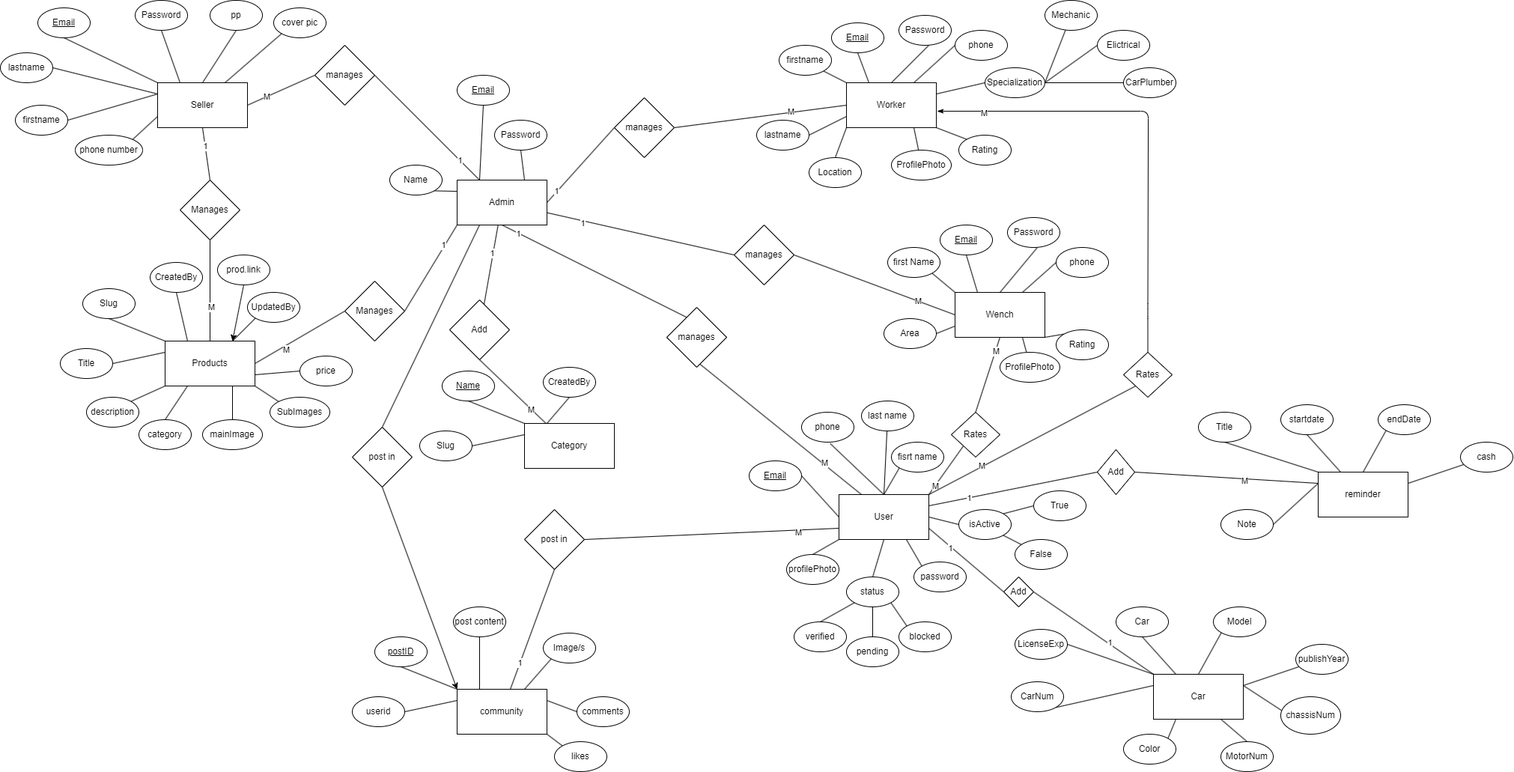
Above: ERD1.png in wello88/carMate-backend (draw.io), before the change. Source tidied: cells renumbered, new cells last; positions are measured from the earlier drawing's top-left corner, leaving out a move shared by most shapes.
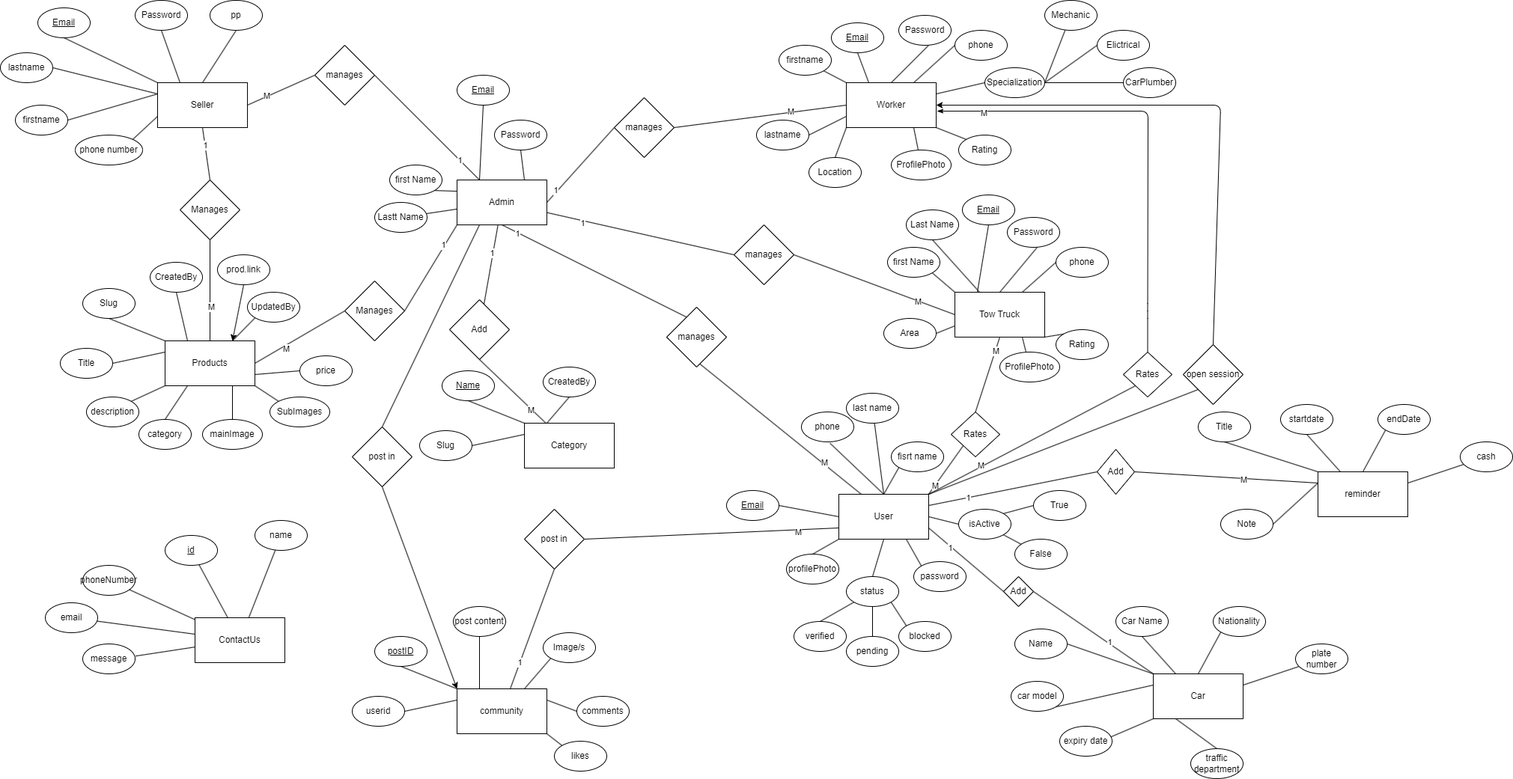
Later version of the same file.

Commit message:
edit erd, adding cronjob for reminder

What changed in the source:
```diff
@@ -56,7 +56,7 @@
     <mxCell id="19" value="&lt;u&gt;Email&lt;/u&gt;" style="ellipse;whiteSpace=wrap;html=1;" parent="1" vertex="1">
       <mxGeometry x="610" y="100" width="70" height="40" as="geometry" />
     </mxCell>
-    <mxCell id="20" value="Name" style="ellipse;whiteSpace=wrap;html=1;" parent="1" vertex="1">
+    <mxCell id="20" value="first Name" style="ellipse;whiteSpace=wrap;html=1;" parent="1" vertex="1">
       <mxGeometry x="520" y="220" width="70" height="40" as="geometry" />
     </mxCell>
     <mxCell id="21" value="Password" style="ellipse;whiteSpace=wrap;html=1;" parent="1" vertex="1">
@@ -123,7 +123,7 @@
       <mxGeometry x="1120" y="660" width="120" height="60" as="geometry" />
     </mxCell>
     <mxCell id="42" value="&lt;u&gt;Email&lt;/u&gt;" style="ellipse;whiteSpace=wrap;html=1;" parent="1" vertex="1">
-      <mxGeometry x="1000" y="615" width="70" height="40" as="geometry" />
+      <mxGeometry x="970" y="655" width="70" height="40" as="geometry" />
     </mxCell>
     <mxCell id="43" value="phone" style="ellipse;whiteSpace=wrap;html=1;" parent="1" vertex="1">
       <mxGeometry x="1070" y="550" width="70" height="40" as="geometry" />
@@ -263,14 +263,14 @@
     <mxCell id="88" style="edgeStyle=none;html=1;exitX=0;exitY=0.75;exitDx=0;exitDy=0;entryX=1;entryY=0.5;entryDx=0;entryDy=0;strokeColor=default;endArrow=none;endFill=0;" parent="1" edge="1" source="89" target="96">
       <mxGeometry relative="1" as="geometry" />
     </mxCell>
-    <mxCell id="89" value="Wench" style="rounded=0;whiteSpace=wrap;html=1;" parent="1" vertex="1">
+    <mxCell id="89" value="Tow Truck" style="rounded=0;whiteSpace=wrap;html=1;" parent="1" vertex="1">
       <mxGeometry x="1275" y="390" width="120" height="60" as="geometry" />
     </mxCell>
     <mxCell id="90" value="first Name" style="ellipse;whiteSpace=wrap;html=1;" parent="1" vertex="1">
       <mxGeometry x="1185" y="330" width="70" height="40" as="geometry" />
     </mxCell>
     <mxCell id="91" value="&lt;u&gt;Email&lt;/u&gt;" style="ellipse;whiteSpace=wrap;html=1;" parent="1" vertex="1">
-      <mxGeometry x="1255" y="300" width="70" height="40" as="geometry" />
+      <mxGeometry x="1285" y="260" width="70" height="40" as="geometry" />
     </mxCell>
     <mxCell id="92" value="Password" style="ellipse;whiteSpace=wrap;html=1;" parent="1" vertex="1">
       <mxGeometry x="1345" y="290" width="70" height="40" as="geometry" />
@@ -418,41 +418,29 @@
     <mxCell id="137" style="html=1;exitX=1;exitY=0.25;exitDx=0;exitDy=0;strokeColor=default;endArrow=none;endFill=0;" parent="1" edge="1" source="141" target="146">
       <mxGeometry relative="1" as="geometry" />
     </mxCell>
-    <mxCell id="138" style="edgeStyle=none;html=1;exitX=1;exitY=0.25;exitDx=0;exitDy=0;entryX=0.014;entryY=0.367;entryDx=0;entryDy=0;entryPerimeter=0;strokeColor=default;endArrow=none;endFill=0;" parent="1" edge="1" source="141" target="147">
-      <mxGeometry relative="1" as="geometry" />
-    </mxCell>
-    <mxCell id="139" style="edgeStyle=none;html=1;exitX=0.25;exitY=1;exitDx=0;exitDy=0;entryX=1;entryY=0;entryDx=0;entryDy=0;strokeColor=default;endArrow=none;endFill=0;" parent="1" edge="1" source="141" target="149">
+    <mxCell id="139" style="edgeStyle=none;html=1;exitX=0.25;exitY=1;exitDx=0;exitDy=0;entryX=0.5;entryY=0;entryDx=0;entryDy=0;strokeColor=default;endArrow=none;endFill=0;" parent="1" edge="1" source="141" target="149">
       <mxGeometry relative="1" as="geometry" />
     </mxCell>
-    <mxCell id="140" style="edgeStyle=none;html=1;exitX=0.75;exitY=1;exitDx=0;exitDy=0;entryX=0.5;entryY=0;entryDx=0;entryDy=0;strokeColor=default;endArrow=none;endFill=0;" parent="1" edge="1" source="141" target="148">
-      <mxGeometry relative="1" as="geometry" />
-    </mxCell>
     <mxCell id="141" value="Car" style="rounded=0;whiteSpace=wrap;html=1;" parent="1" vertex="1">
       <mxGeometry x="1540" y="900" width="120" height="60" as="geometry" />
     </mxCell>
-    <mxCell id="142" value="LicenseExp" style="ellipse;whiteSpace=wrap;html=1;" parent="1" vertex="1">
+    <mxCell id="142" value="Name" style="ellipse;whiteSpace=wrap;html=1;" parent="1" vertex="1">
       <mxGeometry x="1355" y="840" width="70" height="40" as="geometry" />
     </mxCell>
-    <mxCell id="143" value="CarNum" style="ellipse;whiteSpace=wrap;html=1;" parent="1" vertex="1">
+    <mxCell id="143" value="car model" style="ellipse;whiteSpace=wrap;html=1;" parent="1" vertex="1">
       <mxGeometry x="1350" y="910" width="70" height="40" as="geometry" />
     </mxCell>
-    <mxCell id="144" value="Car" style="ellipse;whiteSpace=wrap;html=1;" parent="1" vertex="1">
+    <mxCell id="144" value="Car Name" style="ellipse;whiteSpace=wrap;html=1;" parent="1" vertex="1">
       <mxGeometry x="1490" y="810" width="70" height="40" as="geometry" />
     </mxCell>
-    <mxCell id="145" value="Model" style="ellipse;whiteSpace=wrap;html=1;" parent="1" vertex="1">
+    <mxCell id="145" value="Nationality" style="ellipse;whiteSpace=wrap;html=1;" parent="1" vertex="1">
       <mxGeometry x="1620" y="810" width="70" height="40" as="geometry" />
     </mxCell>
-    <mxCell id="146" value="publishYear" style="ellipse;whiteSpace=wrap;html=1;" parent="1" vertex="1">
+    <mxCell id="146" value="plate number" style="ellipse;whiteSpace=wrap;html=1;" parent="1" vertex="1">
       <mxGeometry x="1730" y="860" width="70" height="40" as="geometry" />
     </mxCell>
-    <mxCell id="147" value="chassisNum" style="ellipse;whiteSpace=wrap;html=1;" parent="1" vertex="1">
-      <mxGeometry x="1710" y="930" width="80" height="50" as="geometry" />
-    </mxCell>
-    <mxCell id="148" value="MotorNum" style="ellipse;whiteSpace=wrap;html=1;" parent="1" vertex="1">
-      <mxGeometry x="1630" y="990" width="70" height="40" as="geometry" />
-    </mxCell>
-    <mxCell id="149" value="Color" style="ellipse;whiteSpace=wrap;html=1;" parent="1" vertex="1">
-      <mxGeometry x="1500" y="980" width="70" height="40" as="geometry" />
+    <mxCell id="149" value="traffic department" style="ellipse;whiteSpace=wrap;html=1;" parent="1" vertex="1">
+      <mxGeometry x="1590" y="1000" width="70" height="40" as="geometry" />
     </mxCell>
     <mxCell id="150" style="edgeStyle=none;html=1;exitX=0;exitY=0.25;exitDx=0;exitDy=0;entryX=1;entryY=0.5;entryDx=0;entryDy=0;strokeColor=default;endArrow=none;endFill=0;" parent="1" edge="1" source="155" target="157">
       <mxGeometry relative="1" as="geometry" />
@@ -581,7 +569,7 @@
       <mxGeometry x="1190" y="590" width="70" height="40" as="geometry" />
     </mxCell>
     <mxCell id="192" value="last name" style="ellipse;whiteSpace=wrap;html=1;" parent="1" vertex="1">
-      <mxGeometry x="1150" y="535" width="70" height="40" as="geometry" />
+      <mxGeometry x="1130" y="525" width="70" height="40" as="geometry" />
     </mxCell>
     <mxCell id="193" value="Location" style="ellipse;whiteSpace=wrap;html=1;" parent="1" vertex="1">
       <mxGeometry x="1080" y="210" width="70" height="40" as="geometry" />
@@ -643,12 +631,6 @@
     <mxCell id="212" value="prod.link" style="ellipse;whiteSpace=wrap;html=1;" parent="1" vertex="1">
       <mxGeometry x="290" y="340" width="70" height="40" as="geometry" />
     </mxCell>
-    <mxCell id="213" style="edgeStyle=none;html=1;exitX=0;exitY=1;exitDx=0;exitDy=0;entryX=0.75;entryY=0;entryDx=0;entryDy=0;endArrow=none;endFill=0;" parent="1" edge="1" source="214" target="103">
-      <mxGeometry relative="1" as="geometry" />
-    </mxCell>
-    <mxCell id="214" value="cover pic" style="ellipse;whiteSpace=wrap;html=1;" parent="1" vertex="1">
-      <mxGeometry x="365" y="10" width="70" height="40" as="geometry" />
-    </mxCell>
     <mxCell id="215" style="edgeStyle=none;html=1;exitX=0.5;exitY=1;exitDx=0;exitDy=0;entryX=0.5;entryY=0;entryDx=0;entryDy=0;endArrow=none;endFill=0;" parent="1" edge="1" source="216" target="103">
       <mxGeometry relative="1" as="geometry" />
     </mxCell>
@@ -673,5 +655,69 @@
     <mxCell id="222" value="post in" style="rhombus;whiteSpace=wrap;html=1;rounded=0;" parent="1" vertex="1">
       <mxGeometry x="470" y="570" width="80" height="80" as="geometry" />
     </mxCell>
+    <mxCell id="223" style="edgeStyle=none;html=1;exitX=0.5;exitY=1;exitDx=0;exitDy=0;endArrow=none;endFill=0;" parent="1" edge="1" source="224" target="89">
+      <mxGeometry relative="1" as="geometry" />
+    </mxCell>
+    <mxCell id="224" value="Last&amp;nbsp;Name" style="ellipse;whiteSpace=wrap;html=1;" parent="1" vertex="1">
+      <mxGeometry x="1210" y="280" width="70" height="40" as="geometry" />
+    </mxCell>
+    <mxCell id="225" style="edgeStyle=none;html=1;endArrow=none;endFill=0;" parent="1" edge="1" source="226" target="18">
+      <mxGeometry relative="1" as="geometry" />
+    </mxCell>
+    <mxCell id="226" value="Lastt Name" style="ellipse;whiteSpace=wrap;html=1;" parent="1" vertex="1">
+      <mxGeometry x="500" y="270" width="70" height="40" as="geometry" />
+    </mxCell>
+    <mxCell id="227" style="edgeStyle=none;html=1;exitX=0.5;exitY=0;exitDx=0;exitDy=0;entryX=1;entryY=0.5;entryDx=0;entryDy=0;" parent="1" edge="1" source="228" target="68">
+      <mxGeometry relative="1" as="geometry">
+        <Array as="points">
+          <mxPoint x="1630" y="140" />
+        </Array>
+      </mxGeometry>
+    </mxCell>
+    <mxCell id="228" value="open session" style="rhombus;whiteSpace=wrap;html=1;" parent="1" vertex="1">
+      <mxGeometry x="1580" y="460" width="80" height="80" as="geometry" />
+    </mxCell>
+    <mxCell id="229" style="endArrow=none;html=1;exitX=1;exitY=0;exitDx=0;exitDy=0;entryX=0;entryY=1;entryDx=0;entryDy=0;" parent="1" edge="1" source="41" target="228">
+      <mxGeometry relative="1" as="geometry" />
+    </mxCell>
+    <mxCell id="230" value="expiry date" style="ellipse;whiteSpace=wrap;html=1;" parent="1" vertex="1">
+      <mxGeometry x="1415" y="970" width="70" height="40" as="geometry" />
+    </mxCell>
+    <mxCell id="231" style="edgeStyle=none;html=1;exitX=0;exitY=1;exitDx=0;exitDy=0;entryX=0.978;entryY=0.356;entryDx=0;entryDy=0;entryPerimeter=0;endArrow=none;endFill=0;" parent="1" edge="1" source="141" target="230">
+      <mxGeometry relative="1" as="geometry" />
+    </mxCell>
+    <mxCell id="232" value="ContactUs" style="rounded=0;whiteSpace=wrap;html=1;" parent="1" vertex="1">
+      <mxGeometry x="260" y="825" width="120" height="60" as="geometry" />
+    </mxCell>
+    <mxCell id="233" value="&lt;u&gt;id&lt;/u&gt;" style="ellipse;whiteSpace=wrap;html=1;" parent="1" vertex="1">
+      <mxGeometry x="220" y="715" width="70" height="40" as="geometry" />
+    </mxCell>
+    <mxCell id="234" value="name" style="ellipse;whiteSpace=wrap;html=1;" parent="1" vertex="1">
+      <mxGeometry x="340" y="695" width="70" height="40" as="geometry" />
+    </mxCell>
+    <mxCell id="235" value="email" style="ellipse;whiteSpace=wrap;html=1;" parent="1" vertex="1">
+      <mxGeometry x="60" y="805" width="70" height="40" as="geometry" />
+    </mxCell>
+    <mxCell id="236" value="phoneNumber" style="ellipse;whiteSpace=wrap;html=1;" parent="1" vertex="1">
+      <mxGeometry x="110" y="755" width="70" height="40" as="geometry" />
+    </mxCell>
+    <mxCell id="237" style="edgeStyle=none;html=1;endArrow=none;endFill=0;" parent="1" edge="1" source="232" target="233">
+      <mxGeometry relative="1" as="geometry" />
+    </mxCell>
+    <mxCell id="238" style="edgeStyle=none;html=1;endArrow=none;endFill=0;" parent="1" edge="1" source="232" target="234">
+      <mxGeometry relative="1" as="geometry" />
+    </mxCell>
+    <mxCell id="239" style="edgeStyle=none;html=1;endArrow=none;endFill=0;" parent="1" edge="1" source="232" target="235">
+      <mxGeometry relative="1" as="geometry" />
+    </mxCell>
+    <mxCell id="240" style="edgeStyle=none;html=1;endArrow=none;endFill=0;" parent="1" edge="1" source="232" target="236">
+      <mxGeometry relative="1" as="geometry" />
+    </mxCell>
+    <mxCell id="241" style="edgeStyle=none;html=1;endArrow=none;endFill=0;entryX=1.01;entryY=0.405;entryDx=0;entryDy=0;entryPerimeter=0;" parent="1" edge="1" source="232" target="242">
+      <mxGeometry relative="1" as="geometry" />
+    </mxCell>
+    <mxCell id="242" value="message" style="ellipse;whiteSpace=wrap;html=1;" parent="1" vertex="1">
+      <mxGeometry x="110" y="860" width="70" height="40" as="geometry" />
+    </mxCell>
   </root>
 </mxGraphModel>
```
